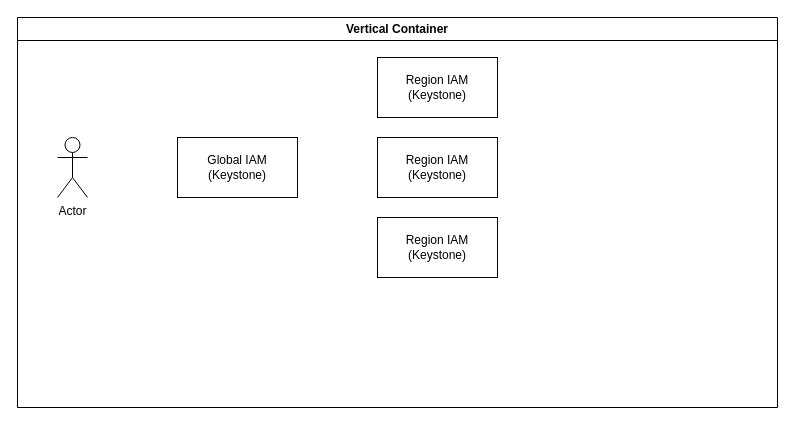
Above: 제목 없는 다이어그램.drawio in mskyun721/architecture (draw.io), before the change. Source tidied: cells renumbered, new cells numbered last; positions are measured from the earlier drawing's top-left corner, leaving out a move shared by most shapes. Both pictures are drawn from the tidied source at 100%, with x=0, y=0 at pixel (17, 17).
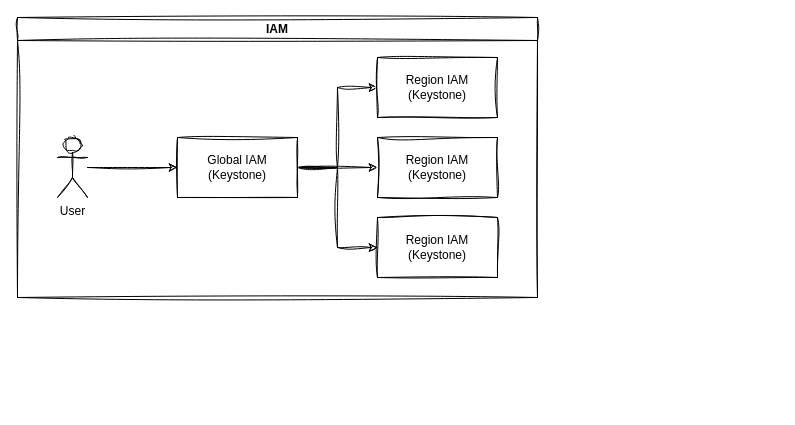
Above is the later version.

Commit message (it also covers changes not shown here):
제목 없는 다이어그램.drawio 업데이트

The edit, as a diff of the source:
```diff
@@
 <mxGraphModel>
   <root>
     <mxCell id="0" />
     <mxCell id="1" parent="0" />
-    <mxCell id="2" value="Vertical Container" style="swimlane;whiteSpace=wrap;html=1;" parent="1" vertex="1">
-      <mxGeometry width="760" height="390" as="geometry" />
+    <mxCell id="2" value="IAM" style="swimlane;whiteSpace=wrap;html=1;sketch=1;curveFitting=1;jiggle=2;" parent="1" vertex="1">
+      <mxGeometry width="520" height="280" as="geometry" />
     </mxCell>
+    <mxCell id="8" style="edgeStyle=orthogonalEdgeStyle;rounded=0;jettySize=auto;html=1;sketch=1;curveFitting=1;jiggle=2;" parent="2" edge="1" source="3" target="4">
+      <mxGeometry relative="1" as="geometry" />
+    </mxCell>
-    <mxCell id="3" value="Actor" style="shape=umlActor;verticalLabelPosition=bottom;verticalAlign=top;html=1;outlineConnect=0;" parent="2" vertex="1">
+    <mxCell id="3" value="User" style="shape=umlActor;verticalLabelPosition=bottom;verticalAlign=top;html=1;outlineConnect=0;sketch=1;curveFitting=1;jiggle=2;" parent="2" vertex="1">
       <mxGeometry x="40" y="120" width="30" height="60" as="geometry" />
     </mxCell>
+    <mxCell id="9" style="edgeStyle=elbowEdgeStyle;rounded=0;jettySize=auto;html=1;sketch=1;curveFitting=1;jiggle=2;" parent="2" edge="1" source="4" target="5">
+      <mxGeometry relative="1" as="geometry" />
+    </mxCell>
+    <mxCell id="10" style="edgeStyle=orthogonalEdgeStyle;rounded=0;jettySize=auto;html=1;sketch=1;curveFitting=1;jiggle=2;" parent="2" edge="1" source="4" target="6">
+      <mxGeometry relative="1" as="geometry" />
+    </mxCell>
+    <mxCell id="11" style="edgeStyle=elbowEdgeStyle;rounded=0;jettySize=auto;html=1;sketch=1;curveFitting=1;jiggle=2;" parent="2" edge="1" source="4" target="7">
+      <mxGeometry relative="1" as="geometry" />
+    </mxCell>
-    <mxCell id="4" value="Global IAM&lt;div&gt;(Keystone)&lt;/div&gt;" style="rounded=0;whiteSpace=wrap;html=1;" parent="2" vertex="1">
+    <mxCell id="4" value="Global IAM&lt;div&gt;(Keystone)&lt;/div&gt;" style="rounded=0;whiteSpace=wrap;html=1;sketch=1;curveFitting=1;jiggle=2;" parent="2" vertex="1">
       <mxGeometry x="160" y="120" width="120" height="60" as="geometry" />
     </mxCell>
-    <mxCell id="5" value="Region IAM&lt;div&gt;(Keystone)&lt;/div&gt;" style="rounded=0;whiteSpace=wrap;html=1;" parent="2" vertex="1">
+    <mxCell id="5" value="Region IAM&lt;div&gt;(Keystone)&lt;/div&gt;" style="rounded=0;whiteSpace=wrap;html=1;sketch=1;curveFitting=1;jiggle=2;" parent="2" vertex="1">
       <mxGeometry x="360" y="40" width="120" height="60" as="geometry" />
     </mxCell>
-    <mxCell id="6" value="Region IAM&lt;div&gt;(Keystone)&lt;/div&gt;" style="rounded=0;whiteSpace=wrap;html=1;" parent="2" vertex="1">
+    <mxCell id="6" value="Region IAM&lt;div&gt;(Keystone)&lt;/div&gt;" style="rounded=0;whiteSpace=wrap;html=1;sketch=1;curveFitting=1;jiggle=2;" parent="2" vertex="1">
       <mxGeometry x="360" y="120" width="120" height="60" as="geometry" />
     </mxCell>
-    <mxCell id="7" value="Region IAM&lt;div&gt;(Keystone)&lt;/div&gt;" style="rounded=0;whiteSpace=wrap;html=1;" parent="2" vertex="1">
+    <mxCell id="7" value="Region IAM&lt;div&gt;(Keystone)&lt;/div&gt;" style="rounded=0;whiteSpace=wrap;html=1;sketch=1;curveFitting=1;jiggle=2;" parent="2" vertex="1">
       <mxGeometry x="360" y="200" width="120" height="60" as="geometry" />
     </mxCell>
   </root>
 </mxGraphModel>
```
